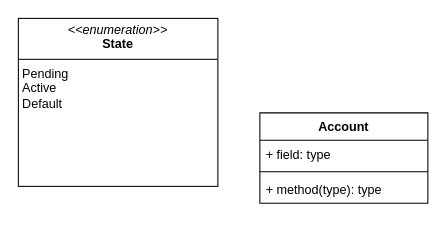
Before: page "Page-3" (3 of 3) of workshop6_week7.drawio in antonykimuom/SWEN30006-2025-SM1-workshop1-tuew05-14-00-team-12, a draw.io diagram. Source tidied: cells renumbered, new cells numbered last; positions are measured from the earlier drawing's top-left corner, leaving out a move shared by most shapes. Both pictures are drawn from the tidied source at 105%, with x=0, y=0 at pixel (18, 18).
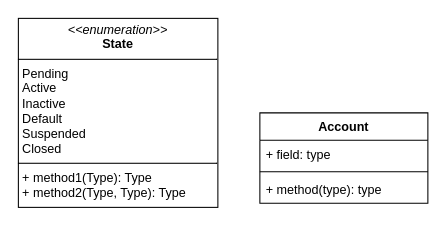
After the change.

Diff of the diagram source:
```diff
@@
 <mxGraphModel>
   <root>
     <mxCell id="0" />
     <mxCell id="1" parent="0" />
     <mxCell id="2" value="Account" style="swimlane;fontStyle=1;align=center;verticalAlign=top;horizontal=1;startSize=26;whiteSpace=wrap;html=1;" parent="1" vertex="1">
       <mxGeometry x="230" y="90" width="160" height="86" as="geometry" />
     </mxCell>
     <mxCell id="3" value="+ field: type" style="text;strokeColor=none;fillColor=none;align=left;verticalAlign=top;spacingLeft=4;spacingRight=4;overflow=hidden;whiteSpace=wrap;html=1;" parent="2" vertex="1">
       <mxGeometry y="26" width="160" height="26" as="geometry" />
     </mxCell>
     <mxCell id="4" style="line;strokeWidth=1;fillColor=none;align=left;verticalAlign=middle;spacingTop=-1;spacingLeft=3;spacingRight=3;labelPosition=right;strokeColor=inherit;" parent="2" vertex="1">
       <mxGeometry y="52" width="160" height="8" as="geometry" />
     </mxCell>
     <mxCell id="5" value="+ method(type): type" style="text;strokeColor=none;fillColor=none;align=left;verticalAlign=top;spacingLeft=4;spacingRight=4;overflow=hidden;whiteSpace=wrap;html=1;" parent="2" vertex="1">
       <mxGeometry y="60" width="160" height="26" as="geometry" />
     </mxCell>
-    <mxCell id="6" value="&lt;p style=&quot;margin:0px;margin-top:4px;text-align:center;&quot;&gt;&lt;i&gt;&amp;lt;&amp;lt;enumeration&amp;gt;&amp;gt;&lt;/i&gt;&lt;br&gt;&lt;b&gt;State&lt;/b&gt;&lt;/p&gt;&lt;hr size=&quot;1&quot; style=&quot;border-style:solid;&quot;&gt;&lt;p style=&quot;margin:0px;margin-left:4px;&quot;&gt;Pending&lt;/p&gt;&lt;p style=&quot;margin:0px;margin-left:4px;&quot;&gt;Active&lt;/p&gt;&lt;p style=&quot;margin:0px;margin-left:4px;&quot;&gt;Default&lt;/p&gt;&lt;p style=&quot;margin:0px;margin-left:4px;&quot;&gt;&lt;br&gt;&lt;/p&gt;" style="verticalAlign=top;align=left;overflow=fill;html=1;whiteSpace=wrap;" parent="1" vertex="1">
-      <mxGeometry width="190" height="160" as="geometry" />
+    <mxCell id="6" value="&lt;p style=&quot;margin:0px;margin-top:4px;text-align:center;&quot;&gt;&lt;i&gt;&amp;lt;&amp;lt;enumeration&amp;gt;&amp;gt;&lt;/i&gt;&lt;br&gt;&lt;b&gt;State&lt;/b&gt;&lt;/p&gt;&lt;hr size=&quot;1&quot; style=&quot;border-style:solid;&quot;&gt;&lt;p style=&quot;margin:0px;margin-left:4px;&quot;&gt;Pending&lt;/p&gt;&lt;p style=&quot;margin:0px;margin-left:4px;&quot;&gt;Active&lt;/p&gt;&lt;p style=&quot;margin:0px;margin-left:4px;&quot;&gt;Inactive&lt;/p&gt;&lt;p style=&quot;margin:0px;margin-left:4px;&quot;&gt;Default&lt;/p&gt;&lt;p style=&quot;margin:0px;margin-left:4px;&quot;&gt;Suspended&lt;/p&gt;&lt;p style=&quot;margin:0px;margin-left:4px;&quot;&gt;Closed&lt;/p&gt;&lt;hr size=&quot;1&quot; style=&quot;border-style:solid;&quot;&gt;&lt;p style=&quot;margin:0px;margin-left:4px;&quot;&gt;+ method1(Type): Type&lt;br&gt;+ method2(Type, Type): Type&lt;/p&gt;" style="verticalAlign=top;align=left;overflow=fill;html=1;whiteSpace=wrap;" parent="1" vertex="1">
+      <mxGeometry width="190" height="180" as="geometry" />
     </mxCell>
   </root>
 </mxGraphModel>
```
